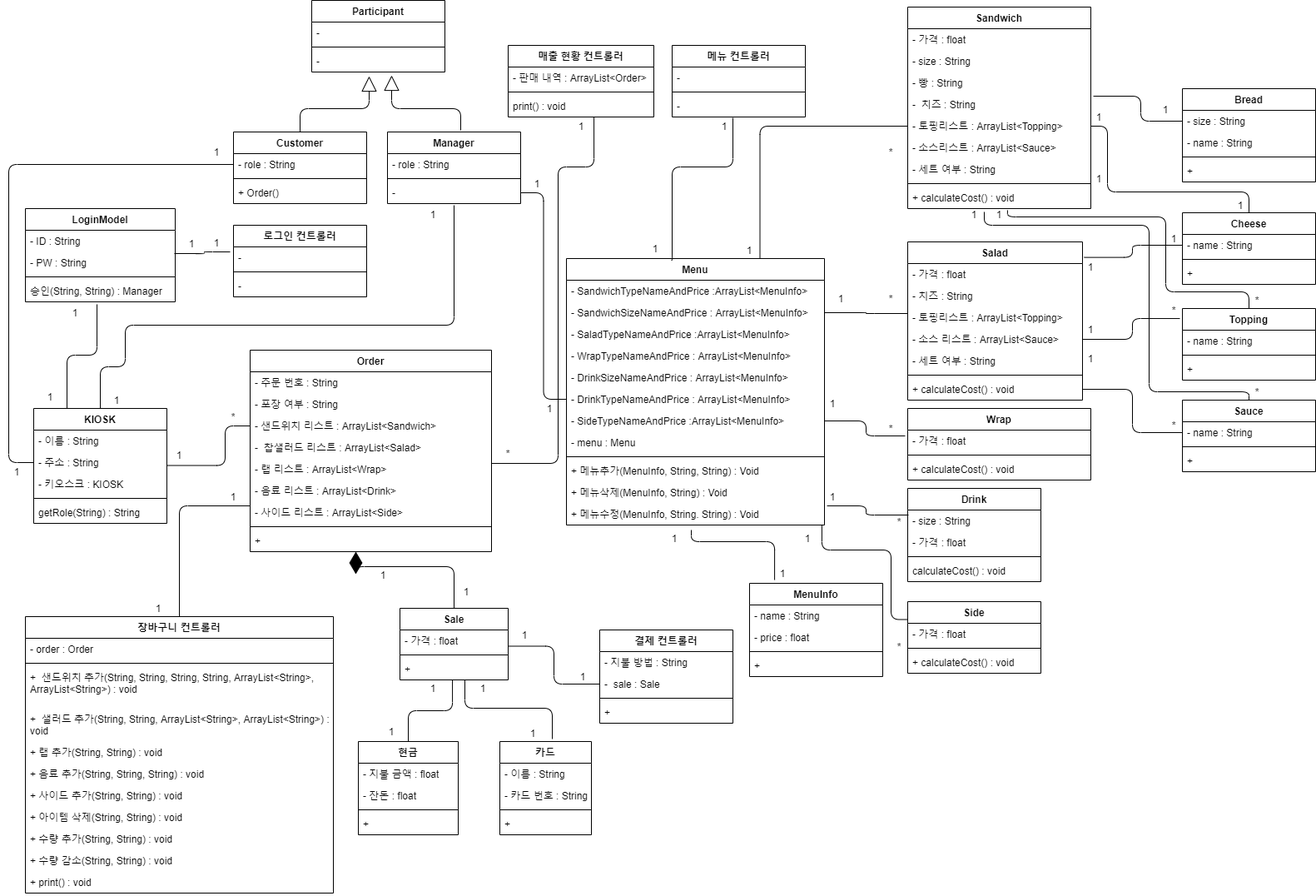
Earlier version of the draw.io export 상세명세서/Structural Model/Class Diagram.png (distroytest/KNUSD-20202-Team05). Source tidied: cells renumbered, new cells last; positions are measured from the earlier drawing's top-left corner, leaving out a move shared by most shapes.
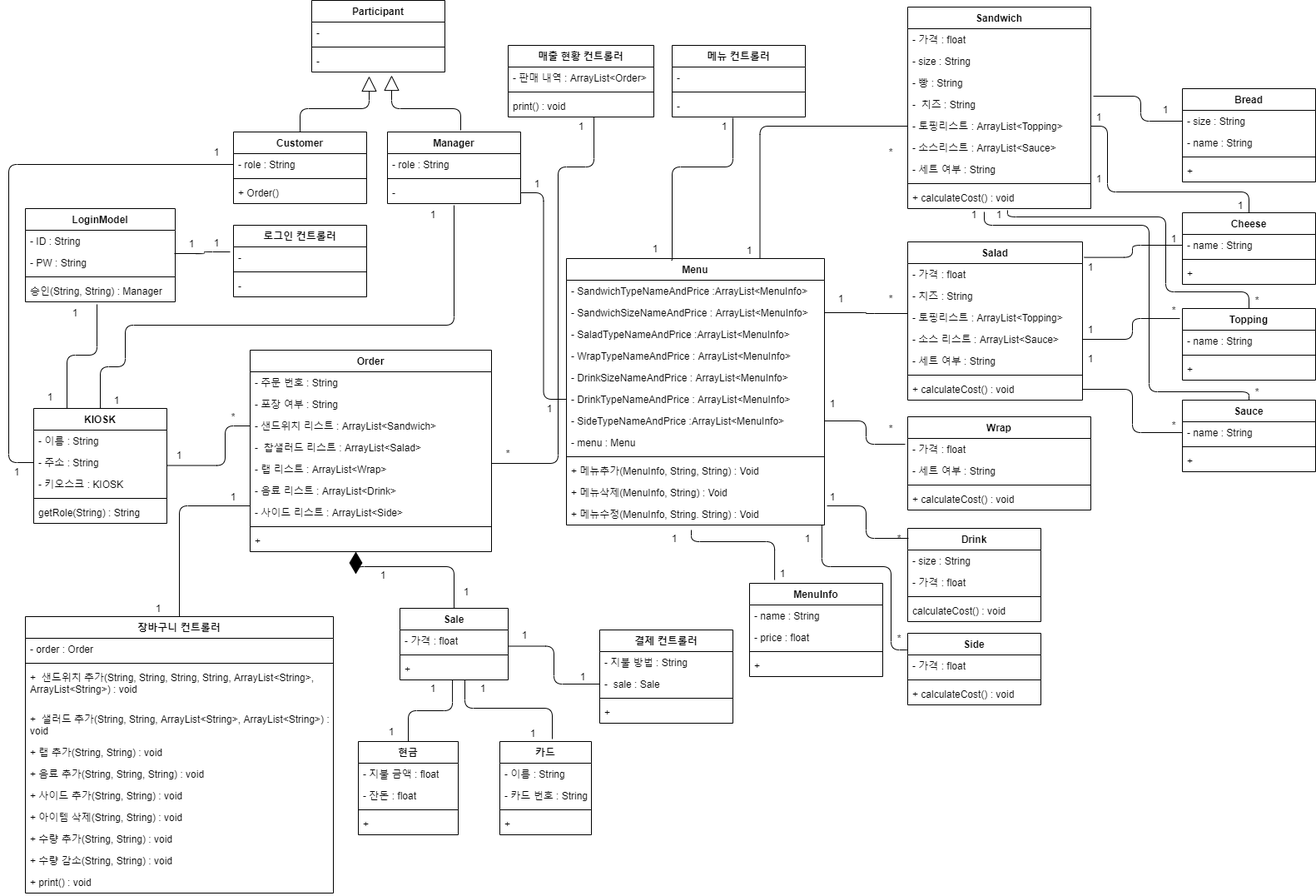
After the change.

Change to the diagram source:
```diff
@@ -305,16 +305,19 @@
       <mxGeometry y="164" width="210" height="26" as="geometry" />
     </mxCell>
     <mxCell id="99" value="Wrap" style="swimlane;fontStyle=1;align=center;verticalAlign=top;horizontal=1;startSize=26;" parent="1" vertex="1">
-      <mxGeometry x="1090" y="490" width="220" height="86" as="geometry" />
+      <mxGeometry x="1090" y="500" width="220" height="112" as="geometry" />
     </mxCell>
     <mxCell id="100" value="- 가격 : float" style="text;strokeColor=none;fillColor=none;align=left;verticalAlign=top;spacingLeft=4;spacingRight=4;overflow=hidden;points=[[0,0.5],[1,0.5]];portConstraint=eastwest;" parent="99" vertex="1">
       <mxGeometry y="26" width="220" height="26" as="geometry" />
     </mxCell>
+    <mxCell id="224" value="- 세트 여부 : String" style="text;strokeColor=none;fillColor=none;align=left;verticalAlign=top;spacingLeft=4;spacingRight=4;overflow=hidden;" parent="99" vertex="1">
+      <mxGeometry y="52" width="220" height="26" as="geometry" />
+    </mxCell>
     <mxCell id="101" style="line;strokeWidth=1;fillColor=none;align=left;verticalAlign=middle;spacingTop=-1;spacingLeft=3;spacingRight=3;labelPosition=right;" parent="99" vertex="1">
-      <mxGeometry y="52" width="220" height="8" as="geometry" />
+      <mxGeometry y="78" width="220" height="8" as="geometry" />
     </mxCell>
     <mxCell id="102" value="+ calculateCost() : void" style="text;strokeColor=none;fillColor=none;align=left;verticalAlign=top;spacingLeft=4;spacingRight=4;overflow=hidden;" parent="99" vertex="1">
-      <mxGeometry y="60" width="220" height="26" as="geometry" />
+      <mxGeometry y="86" width="220" height="26" as="geometry" />
     </mxCell>
     <mxCell id="103" value="메뉴 컨트롤러" style="swimlane;fontStyle=1;align=center;verticalAlign=top;horizontal=1;startSize=26;" parent="1" vertex="1">
       <mxGeometry x="807" y="54" width="160" height="86" as="geometry" />
@@ -362,7 +365,7 @@
       <mxGeometry x="920" y="678" width="40" height="20" as="geometry" />
     </mxCell>
     <mxCell id="118" value="Drink" style="swimlane;fontStyle=1;align=center;verticalAlign=top;horizontal=1;startSize=26;" parent="1" vertex="1">
-      <mxGeometry x="1090" y="586" width="160" height="112" as="geometry" />
+      <mxGeometry x="1090" y="634" width="160" height="112" as="geometry" />
     </mxCell>
     <mxCell id="119" value="- size : String" style="text;strokeColor=none;fillColor=none;align=left;verticalAlign=top;spacingLeft=4;spacingRight=4;overflow=hidden;points=[[0,0.5],[1,0.5]];portConstraint=eastwest;" parent="118" vertex="1">
       <mxGeometry y="26" width="160" height="26" as="geometry" />
@@ -377,7 +380,7 @@
       <mxGeometry y="86" width="160" height="26" as="geometry" />
     </mxCell>
     <mxCell id="123" value="Side" style="swimlane;fontStyle=1;align=center;verticalAlign=top;horizontal=1;startSize=26;" parent="1" vertex="1">
-      <mxGeometry x="1090" y="722" width="160" height="86" as="geometry" />
+      <mxGeometry x="1090" y="760" width="160" height="86" as="geometry" />
     </mxCell>
     <mxCell id="124" value="- 가격 : float" style="text;strokeColor=none;fillColor=none;align=left;verticalAlign=top;spacingLeft=4;spacingRight=4;overflow=hidden;" parent="123" vertex="1">
       <mxGeometry y="26" width="160" height="26" as="geometry" />
@@ -389,7 +392,7 @@
       <mxGeometry y="60" width="160" height="26" as="geometry" />
     </mxCell>
     <mxCell id="127" value="*" style="text;html=1;strokeColor=none;fillColor=none;align=center;verticalAlign=middle;whiteSpace=wrap;rounded=0;" parent="1" vertex="1">
-      <mxGeometry x="1060" y="766" width="40" height="20" as="geometry" />
+      <mxGeometry x="1060" y="756" width="40" height="20" as="geometry" />
     </mxCell>
     <mxCell id="128" value="1" style="text;html=1;strokeColor=none;fillColor=none;align=center;verticalAlign=middle;whiteSpace=wrap;rounded=0;" parent="1" vertex="1">
       <mxGeometry x="980" y="586" width="40" height="20" as="geometry" />
@@ -398,7 +401,7 @@
       <mxGeometry x="980" y="474" width="40" height="20" as="geometry" />
     </mxCell>
     <mxCell id="130" value="*" style="text;html=1;strokeColor=none;fillColor=none;align=center;verticalAlign=middle;whiteSpace=wrap;rounded=0;" parent="1" vertex="1">
-      <mxGeometry x="1060" y="616" width="40" height="20" as="geometry" />
+      <mxGeometry x="1060" y="636" width="40" height="20" as="geometry" />
     </mxCell>
     <mxCell id="131" value="1" style="text;html=1;strokeColor=none;fillColor=none;align=center;verticalAlign=middle;whiteSpace=wrap;rounded=0;" parent="1" vertex="1">
       <mxGeometry x="950" y="636" width="40" height="20" as="geometry" />
@@ -628,7 +631,7 @@
         <mxPoint x="1090" y="376" as="targetPoint" />
       </mxGeometry>
     </mxCell>
-    <mxCell id="191" style="endArrow=none;html=1;edgeStyle=orthogonalEdgeStyle;exitX=1.01;exitY=0.115;exitDx=0;exitDy=0;exitPerimeter=0;entryX=0.006;entryY=0.231;entryDx=0;entryDy=0;entryPerimeter=0;" parent="1" edge="1" source="43" target="119">
+    <mxCell id="191" style="endArrow=none;html=1;edgeStyle=orthogonalEdgeStyle;exitX=1.01;exitY=0.115;exitDx=0;exitDy=0;exitPerimeter=0;entryX=0.006;entryY=0.107;entryDx=0;entryDy=0;entryPerimeter=0;" parent="1" edge="1" source="43" target="118">
       <mxGeometry relative="1" as="geometry" />
     </mxCell>
     <mxCell id="192" style="endArrow=none;html=1;edgeStyle=orthogonalEdgeStyle;exitX=1;exitY=0;exitDx=0;exitDy=0;entryX=0.188;entryY=-0.036;entryDx=0;entryDy=0;entryPerimeter=0;" parent="1" edge="1" source="116" target="111">
@@ -642,9 +645,10 @@
     <mxCell id="193" style="endArrow=none;html=1;edgeStyle=orthogonalEdgeStyle;exitX=0.99;exitY=1;exitDx=0;exitDy=0;exitPerimeter=0;entryX=0;entryY=0.25;entryDx=0;entryDy=0;" parent="1" edge="1" source="43" target="123">
       <mxGeometry relative="1" as="geometry">
         <Array as="points">
-          <mxPoint x="987" y="660" />
-          <mxPoint x="1070" y="660" />
-          <mxPoint x="1070" y="744" />
+          <mxPoint x="987" y="680" />
+          <mxPoint x="1070" y="680" />
+          <mxPoint x="1070" y="780" />
+          <mxPoint x="1090" y="780" />
         </Array>
       </mxGeometry>
     </mxCell>
```
